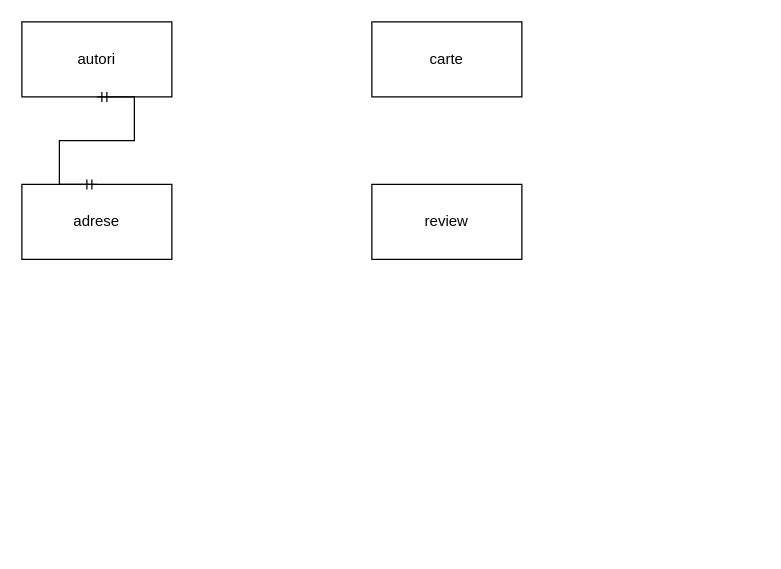
Above: Untitled Diagram.drawio in vitorjurj/modelare_db (draw.io), before the change. Source tidied: cells renumbered, new cells numbered last; positions are measured from the earlier drawing's top-left corner, leaving out a move shared by most shapes. Both pictures are drawn from the tidied source at 125%, with x=0, y=0 at pixel (21, 21).
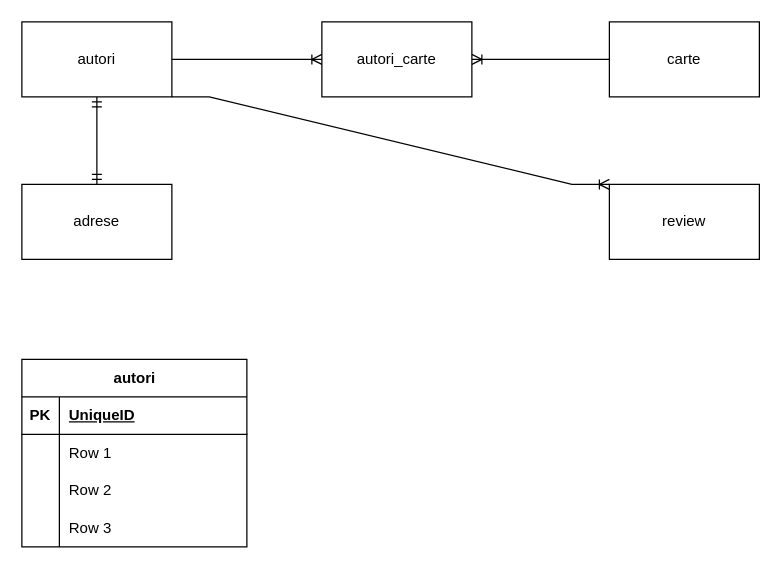
The same diagram, later.

The change refers to these unchanged cells:
```xml
<mxCell id="2" value="autori" style="rounded=0;whiteSpace=wrap;html=1;" parent="1" vertex="1">
  <mxGeometry width="120" height="60" as="geometry" />
</mxCell>
<mxCell id="4" value="adrese" style="rounded=0;whiteSpace=wrap;html=1;" parent="1" vertex="1">
  <mxGeometry y="130" width="120" height="60" as="geometry" />
</mxCell>
```

What changed in the source:
```diff
@@
     <mxCell id="3" value="carte" style="rounded=0;whiteSpace=wrap;html=1;" parent="1" vertex="1">
-      <mxGeometry x="280" width="120" height="60" as="geometry" />
+      <mxGeometry x="470" width="120" height="60" as="geometry" />
     </mxCell>
@@
     <mxCell id="5" value="review" style="rounded=0;whiteSpace=wrap;html=1;" parent="1" vertex="1">
-      <mxGeometry x="280" y="130" width="120" height="60" as="geometry" />
+      <mxGeometry x="470" y="130" width="120" height="60" as="geometry" />
     </mxCell>
-    <mxCell id="6" style="edgeStyle=entityRelationEdgeStyle;fontSize=12;html=1;endArrow=ERmandOne;startArrow=ERmandOne;rounded=0;exitX=0.5;exitY=0;exitDx=0;exitDy=0;entryX=0.5;entryY=1;entryDx=0;entryDy=0;" parent="1" edge="1" source="4" target="2">
+    <mxCell id="6" style="edgeStyle=orthogonalEdgeStyle;fontSize=12;html=1;endArrow=ERmandOne;startArrow=ERmandOne;rounded=0;exitX=0.5;exitY=0;exitDx=0;exitDy=0;entryX=0.5;entryY=1;entryDx=0;entryDy=0;" parent="1" edge="1" source="4" target="2">
       <mxGeometry relative="1" as="geometry" />
     </mxCell>
+    <mxCell id="7" value="autori_carte" style="rounded=0;whiteSpace=wrap;html=1;" parent="1" vertex="1">
+      <mxGeometry x="240" width="120" height="60" as="geometry" />
+    </mxCell>
+    <mxCell id="8" style="edgeStyle=entityRelationEdgeStyle;fontSize=12;html=1;endArrow=ERoneToMany;rounded=0;exitX=1;exitY=0.5;exitDx=0;exitDy=0;entryX=0;entryY=0.5;entryDx=0;entryDy=0;" parent="1" edge="1" source="2" target="7">
+      <mxGeometry relative="1" as="geometry" />
+    </mxCell>
+    <mxCell id="9" style="edgeStyle=entityRelationEdgeStyle;fontSize=12;html=1;endArrow=ERoneToMany;rounded=0;entryX=1;entryY=0.5;entryDx=0;entryDy=0;exitX=0;exitY=0.5;exitDx=0;exitDy=0;" parent="1" edge="1" source="3" target="7">
+      <mxGeometry relative="1" as="geometry" />
+    </mxCell>
+    <mxCell id="10" style="edgeStyle=entityRelationEdgeStyle;fontSize=12;html=1;endArrow=ERoneToMany;rounded=0;entryX=0;entryY=0;entryDx=0;entryDy=0;exitX=1;exitY=1;exitDx=0;exitDy=0;" parent="1" edge="1" source="2" target="5">
+      <mxGeometry relative="1" as="geometry" />
+    </mxCell>
+    <mxCell id="11" value="autori" style="shape=table;startSize=30;childLayout=tableLayout;rowLines=0;fontStyle=1;align=center;html=1;" parent="1" vertex="1">
+      <mxGeometry y="270" width="180" height="150" as="geometry" />
+    </mxCell>
+    <mxCell id="12" style="shape=tableRow;horizontal=0;startSize=0;swimlaneHead=0;swimlaneBody=0;fillColor=none;top=0;left=0;right=0;bottom=1;" parent="11" vertex="1">
+      <mxGeometry y="30" width="180" height="30" as="geometry" />
+    </mxCell>
+    <mxCell id="13" value="PK" style="shape=partialRectangle;fillColor=none;top=0;left=0;bottom=0;right=0;fontStyle=1;overflow=hidden;whiteSpace=wrap;html=1;" parent="12" vertex="1">
+      <mxGeometry width="30" height="30" as="geometry" />
+    </mxCell>
+    <mxCell id="14" value="UniqueID" style="shape=partialRectangle;fillColor=none;top=0;left=0;bottom=0;right=0;align=left;spacingLeft=6;fontStyle=5;overflow=hidden;whiteSpace=wrap;html=1;" parent="12" vertex="1">
+      <mxGeometry x="30" width="150" height="30" as="geometry" />
+    </mxCell>
+    <mxCell id="15" style="shape=tableRow;horizontal=0;startSize=0;swimlaneHead=0;swimlaneBody=0;fillColor=none;top=0;left=0;right=0;bottom=0;" parent="11" vertex="1">
+      <mxGeometry y="60" width="180" height="30" as="geometry" />
+    </mxCell>
+    <mxCell id="16" style="shape=partialRectangle;fillColor=none;top=0;left=0;bottom=0;right=0;overflow=hidden;whiteSpace=wrap;html=1;" parent="15" vertex="1">
+      <mxGeometry width="30" height="30" as="geometry" />
+    </mxCell>
+    <mxCell id="17" value="Row 1" style="shape=partialRectangle;fillColor=none;top=0;left=0;bottom=0;right=0;align=left;spacingLeft=6;overflow=hidden;whiteSpace=wrap;html=1;" parent="15" vertex="1">
+      <mxGeometry x="30" width="150" height="30" as="geometry" />
+    </mxCell>
+    <mxCell id="18" style="shape=tableRow;horizontal=0;startSize=0;swimlaneHead=0;swimlaneBody=0;fillColor=none;top=0;left=0;right=0;bottom=0;" parent="11" vertex="1">
+      <mxGeometry y="90" width="180" height="30" as="geometry" />
+    </mxCell>
+    <mxCell id="19" style="shape=partialRectangle;fillColor=none;top=0;left=0;bottom=0;right=0;overflow=hidden;whiteSpace=wrap;html=1;" parent="18" vertex="1">
+      <mxGeometry width="30" height="30" as="geometry" />
+    </mxCell>
+    <mxCell id="20" value="Row 2" style="shape=partialRectangle;fillColor=none;top=0;left=0;bottom=0;right=0;align=left;spacingLeft=6;overflow=hidden;whiteSpace=wrap;html=1;" parent="18" vertex="1">
+      <mxGeometry x="30" width="150" height="30" as="geometry" />
+    </mxCell>
+    <mxCell id="21" style="shape=tableRow;horizontal=0;startSize=0;swimlaneHead=0;swimlaneBody=0;fillColor=none;top=0;left=0;right=0;bottom=0;" parent="11" vertex="1">
+      <mxGeometry y="120" width="180" height="30" as="geometry" />
+    </mxCell>
+    <mxCell id="22" style="shape=partialRectangle;fillColor=none;top=0;left=0;bottom=0;right=0;overflow=hidden;whiteSpace=wrap;html=1;" parent="21" vertex="1">
+      <mxGeometry width="30" height="30" as="geometry" />
+    </mxCell>
+    <mxCell id="23" value="Row 3" style="shape=partialRectangle;fillColor=none;top=0;left=0;bottom=0;right=0;align=left;spacingLeft=6;overflow=hidden;whiteSpace=wrap;html=1;" parent="21" vertex="1">
+      <mxGeometry x="30" width="150" height="30" as="geometry" />
+    </mxCell>
```
